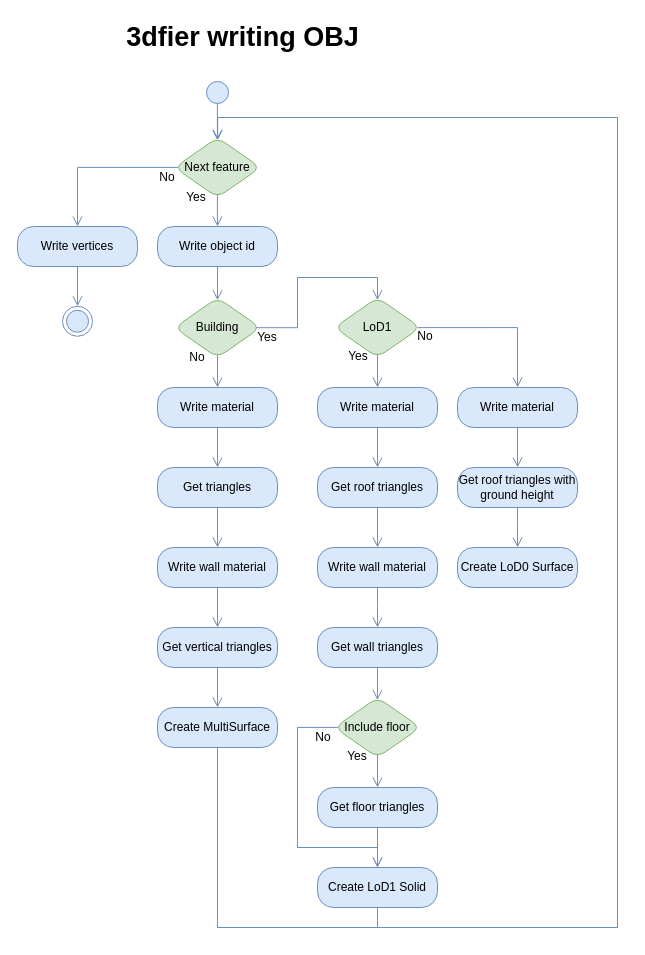
The draw.io diagram resources/flowdiagrams/3dfier writing model OBJ.drawio in tudelft3d/3dfier, before the edit. Source tidied: cells renumbered, new cells numbered last; positions are measured from the earlier drawing's top-left corner, leaving out a move shared by most shapes. Both pictures are drawn from the tidied source at 100%, with x=0, y=0 at pixel (17, 17).
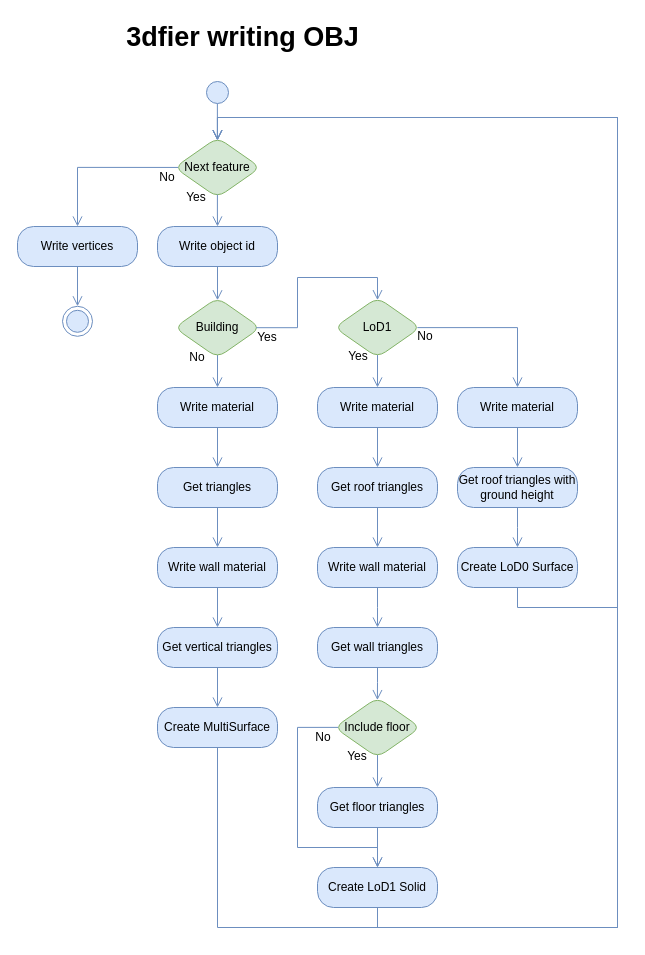
Above is the later version.

Commit message:
docs: update obj flow diagram

The change refers to these unchanged cells:
```xml
<mxCell id="2" value="Next feature" style="rhombus;whiteSpace=wrap;html=1;fillColor=#d5e8d4;strokeColor=#82b366;rounded=1;shadow=0;strokeWidth=1;perimeterSpacing=0;" parent="1" vertex="1">
  <mxGeometry x="157" y="120" width="86" height="60" as="geometry" />
</mxCell>
<mxCell id="27" value="Create LoD1 Solid" style="rounded=1;whiteSpace=wrap;html=1;arcSize=40;fillColor=#dae8fc;strokeColor=#6c8ebf;shadow=0;" parent="1" vertex="1">
  <mxGeometry x="300" y="850" width="120" height="40" as="geometry" />
</mxCell>
<mxCell id="36" value="Create MultiSurface" style="rounded=1;whiteSpace=wrap;html=1;arcSize=40;fillColor=#dae8fc;strokeColor=#6c8ebf;shadow=0;" parent="1" vertex="1">
  <mxGeometry x="140" y="690" width="120" height="40" as="geometry" />
</mxCell>
<mxCell id="40" style="ellipse;html=1;shape=startState;fillColor=#dae8fc;strokeColor=#6c8ebf;shadow=0;" parent="1" vertex="1">
  <mxGeometry x="185" y="60" width="30" height="30" as="geometry" />
</mxCell>
<mxCell id="50" value="Create LoD0 Surface" style="rounded=1;whiteSpace=wrap;html=1;arcSize=40;fillColor=#dae8fc;strokeColor=#6c8ebf;shadow=0;" parent="1" vertex="1">
  <mxGeometry x="440" y="530" width="120" height="40" as="geometry" />
</mxCell>
```

Change to the diagram source:
```diff
@@
-    <mxCell id="8" style="edgeStyle=orthogonalEdgeStyle;html=1;verticalAlign=bottom;endArrow=open;endSize=8;strokeColor=#6c8ebf;fillColor=#dae8fc;shadow=0;rounded=0;exitX=0.496;exitY=0.863;exitDx=0;exitDy=0;exitPerimeter=0;entryX=0.5;entryY=0.041;entryDx=0;entryDy=0;entryPerimeter=0;" parent="1" edge="1" source="40" target="2">
+    <mxCell id="8" style="edgeStyle=orthogonalEdgeStyle;html=1;verticalAlign=bottom;endArrow=open;endSize=8;strokeColor=#6c8ebf;fillColor=#dae8fc;shadow=0;rounded=0;exitX=0.496;exitY=0.863;exitDx=0;exitDy=0;exitPerimeter=0;entryX=0.499;entryY=0.046;entryDx=0;entryDy=0;entryPerimeter=0;" parent="1" edge="1" source="40" target="2">
       <mxGeometry relative="1" as="geometry" />
     </mxCell>
@@
-    <mxCell id="21" style="edgeStyle=orthogonalEdgeStyle;html=1;verticalAlign=bottom;endArrow=open;endSize=8;strokeColor=#6c8ebf;fillColor=#dae8fc;shadow=0;rounded=0;exitX=0.5;exitY=1;exitDx=0;exitDy=0;entryX=0.501;entryY=0.044;entryDx=0;entryDy=0;entryPerimeter=0;" parent="1" edge="1" source="27" target="2">
+    <mxCell id="21" style="edgeStyle=orthogonalEdgeStyle;html=1;verticalAlign=bottom;endArrow=open;endSize=8;strokeColor=#6c8ebf;fillColor=#dae8fc;shadow=0;rounded=0;exitX=0.5;exitY=1;exitDx=0;exitDy=0;entryX=0.5;entryY=0.047;entryDx=0;entryDy=0;entryPerimeter=0;" parent="1" edge="1" source="27" target="2">
       <mxGeometry relative="1" as="geometry">
         <Array as="points">
           <mxPoint x="360" y="910" />
           <mxPoint x="600" y="910" />
           <mxPoint x="600" y="100" />
           <mxPoint x="200" y="100" />
         </Array>
       </mxGeometry>
     </mxCell>
@@
-    <mxCell id="37" style="edgeStyle=orthogonalEdgeStyle;html=1;verticalAlign=bottom;endArrow=open;endSize=8;strokeColor=#6c8ebf;fillColor=#dae8fc;shadow=0;rounded=0;exitX=0.5;exitY=1;exitDx=0;exitDy=0;entryX=0.501;entryY=0.044;entryDx=0;entryDy=0;entryPerimeter=0;" parent="1" edge="1" source="36" target="2">
+    <mxCell id="37" style="edgeStyle=orthogonalEdgeStyle;html=1;verticalAlign=bottom;endArrow=open;endSize=8;strokeColor=#6c8ebf;fillColor=#dae8fc;shadow=0;rounded=0;exitX=0.5;exitY=1;exitDx=0;exitDy=0;entryX=0.5;entryY=0.047;entryDx=0;entryDy=0;entryPerimeter=0;" parent="1" edge="1" source="36" target="2">
       <mxGeometry relative="1" as="geometry">
         <Array as="points">
           <mxPoint x="200" y="910" />
           <mxPoint x="600" y="910" />
           <mxPoint x="600" y="100" />
           <mxPoint x="200" y="100" />
         </Array>
       </mxGeometry>
     </mxCell>
@@
+    <mxCell id="57" style="edgeStyle=orthogonalEdgeStyle;html=1;verticalAlign=bottom;endArrow=open;endSize=8;strokeColor=#6c8ebf;fillColor=#dae8fc;shadow=0;rounded=0;exitX=0.5;exitY=1;exitDx=0;exitDy=0;entryX=0.499;entryY=0.047;entryDx=0;entryDy=0;entryPerimeter=0;" parent="1" edge="1" source="50" target="2">
+      <mxGeometry relative="1" as="geometry">
+        <Array as="points">
+          <mxPoint x="500" y="590" />
+          <mxPoint x="600" y="590" />
+          <mxPoint x="600" y="100" />
+          <mxPoint x="200" y="100" />
+        </Array>
+      </mxGeometry>
+    </mxCell>
```
